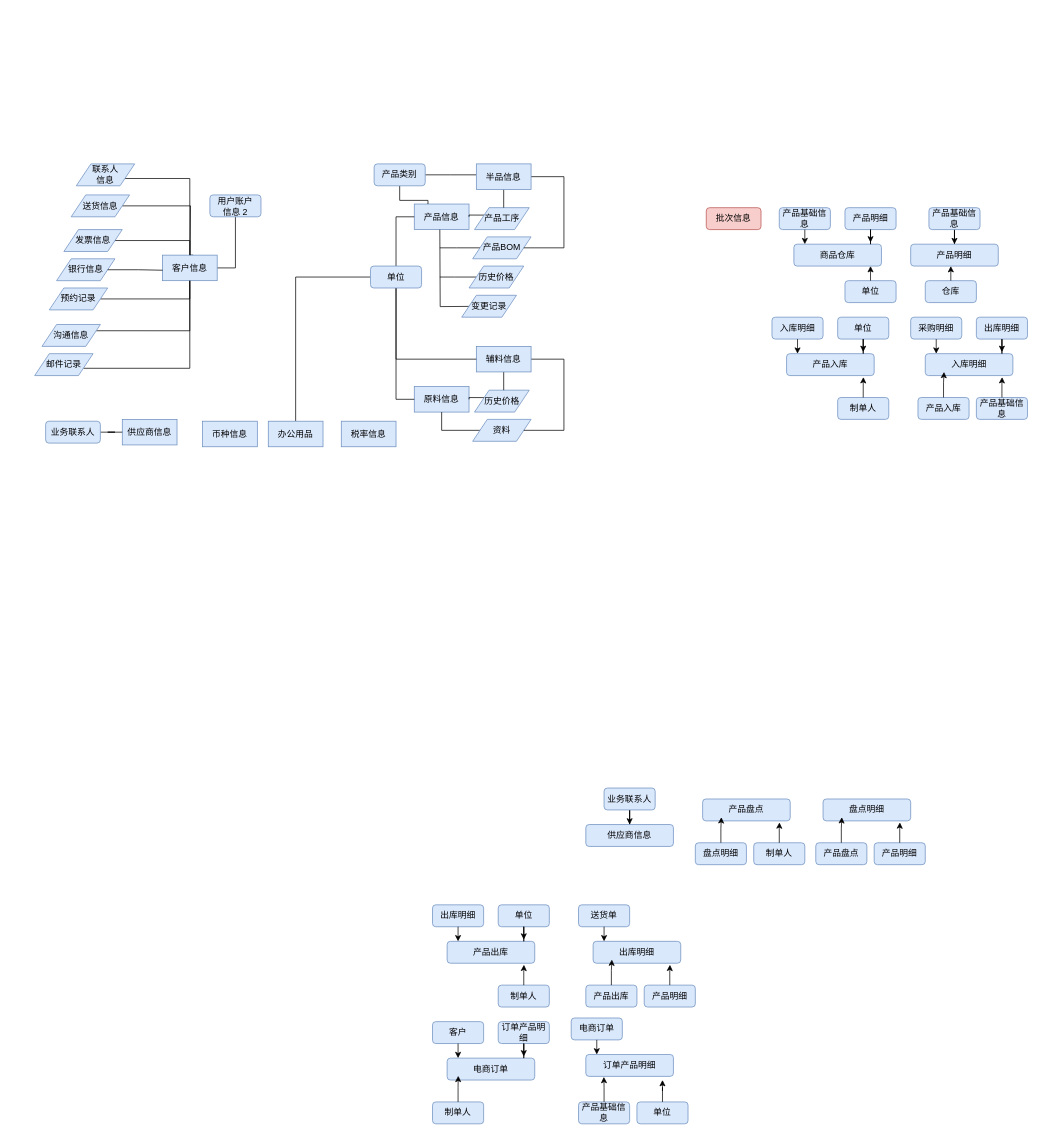
This is ERDiagram.drawio from sbosleo/sbosmobile, a draw.io file, before an edit. Source tidied: cells renumbered, new cells numbered last; positions are measured from the earlier drawing's top-left corner, leaving out a move shared by most shapes. Both pictures are drawn from the tidied source at 73%, with x=0, y=0 at pixel (34, 164).
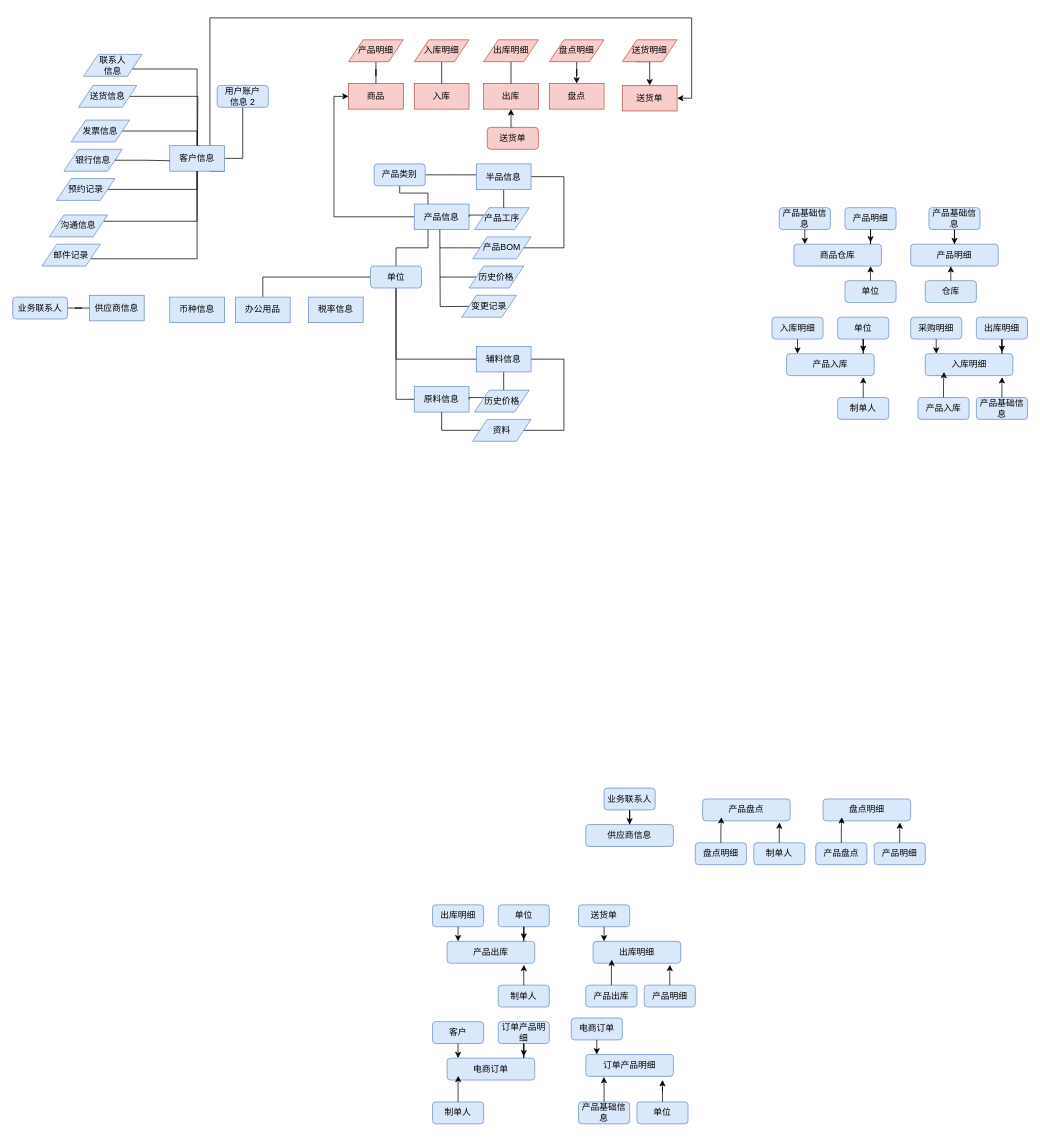
After the change.

Unchanged cells that the change refers to:
```xml
<mxCell id="72" value="产品信息" style="rounded=0;whiteSpace=wrap;html=1;fillColor=#dae8fc;strokeColor=#6c8ebf;" parent="1" vertex="1">
  <mxGeometry x="520" y="55" width="75" height="35" as="geometry" />
</mxCell>
<mxCell id="75" value="产品类别" style="rounded=1;whiteSpace=wrap;html=1;fillColor=#dae8fc;strokeColor=#6c8ebf;" parent="1" vertex="1">
  <mxGeometry x="465" width="70" height="30" as="geometry" />
</mxCell>
<mxCell id="99" value="单位" style="rounded=1;whiteSpace=wrap;html=1;fillColor=#dae8fc;strokeColor=#6c8ebf;" parent="1" vertex="1">
  <mxGeometry x="460" y="140" width="70" height="30" as="geometry" />
</mxCell>
```

The edit, as a diff of the source:
```diff
@@
-    <mxCell id="71" value="批次信息" style="rounded=1;whiteSpace=wrap;html=1;fillColor=#f8cecc;strokeColor=#b85450;" parent="1" vertex="1">
-      <mxGeometry x="920" y="60" width="75" height="30" as="geometry" />
-    </mxCell>
+    <mxCell id="124" style="edgeStyle=orthogonalEdgeStyle;rounded=0;jettySize=auto;html=1;entryX=0;entryY=0.5;entryDx=0;entryDy=0;" parent="1" edge="1" source="72" target="126">
+      <mxGeometry relative="1" as="geometry" />
+    </mxCell>
@@
     <mxCell id="74" style="edgeStyle=orthogonalEdgeStyle;rounded=0;jettySize=auto;html=1;entryX=0.25;entryY=0;entryDx=0;entryDy=0;endArrow=none;endFill=0;" parent="1" edge="1" source="75" target="72">
-      <mxGeometry relative="1" as="geometry" />
+      <mxGeometry relative="1" as="geometry">
+        <Array as="points">
+          <mxPoint x="500" y="40" />
+          <mxPoint x="539" y="40" />
+        </Array>
+      </mxGeometry>
     </mxCell>
@@
-    <mxCell id="96" style="edgeStyle=orthogonalEdgeStyle;rounded=0;jettySize=auto;html=1;entryX=0;entryY=0.5;entryDx=0;entryDy=0;endArrow=none;endFill=0;" parent="1" edge="1" source="99" target="72">
-      <mxGeometry relative="1" as="geometry" />
-    </mxCell>
@@
+    <mxCell id="96" style="edgeStyle=orthogonalEdgeStyle;rounded=0;jettySize=auto;html=1;exitX=0.5;exitY=0;exitDx=0;exitDy=0;entryX=0.25;entryY=1;entryDx=0;entryDy=0;endArrow=none;endFill=0;" parent="1" edge="1" source="99" target="72">
+      <mxGeometry relative="1" as="geometry" />
+    </mxCell>
@@
     <mxCell id="101" value="用户账户&lt;div&gt;信息 2&lt;/div&gt;" style="rounded=1;whiteSpace=wrap;html=1;fillColor=#dae8fc;strokeColor=#6c8ebf;" parent="1" vertex="1">
-      <mxGeometry x="240" y="42.5" width="70" height="30" as="geometry" />
+      <mxGeometry x="250" y="-107.5" width="70" height="30" as="geometry" />
     </mxCell>
     <mxCell id="102" style="edgeStyle=orthogonalEdgeStyle;rounded=0;jettySize=auto;html=1;entryX=0.5;entryY=1;entryDx=0;entryDy=0;exitX=0.5;exitY=0;exitDx=0;exitDy=0;" parent="1" edge="1" source="107">
       <mxGeometry relative="1" as="geometry">
-        <mxPoint x="217" y="135" as="targetPoint" />
+        <mxPoint x="227" y="-15" as="targetPoint" />
       </mxGeometry>
     </mxCell>
@@
     <mxCell id="104" value="联系人&lt;div&gt;信息&lt;/div&gt;" style="shape=parallelogram;perimeter=parallelogramPerimeter;whiteSpace=wrap;html=1;fixedSize=1;fillColor=#dae8fc;strokeColor=#6c8ebf;" parent="1" vertex="1">
-      <mxGeometry x="57" width="80" height="30" as="geometry" />
+      <mxGeometry x="67" y="-150" width="80" height="30" as="geometry" />
     </mxCell>
@@
     <mxCell id="106" value="邮件记录" style="shape=parallelogram;perimeter=parallelogramPerimeter;whiteSpace=wrap;html=1;fixedSize=1;fillColor=#dae8fc;strokeColor=#6c8ebf;" parent="1" vertex="1">
-      <mxGeometry y="260" width="80" height="30" as="geometry" />
+      <mxGeometry x="10" y="110" width="80" height="30" as="geometry" />
     </mxCell>
+    <mxCell id="125" style="edgeStyle=orthogonalEdgeStyle;rounded=0;jettySize=auto;html=1;exitX=1;exitY=1;exitDx=0;exitDy=0;entryX=1;entryY=0.5;entryDx=0;entryDy=0;" parent="1" edge="1" source="107" target="140">
+      <mxGeometry relative="1" as="geometry">
+        <Array as="points">
+          <mxPoint x="240" y="10" />
+          <mxPoint x="240" y="-200" />
+          <mxPoint x="900" y="-200" />
+          <mxPoint x="900" y="-90" />
+        </Array>
+      </mxGeometry>
+    </mxCell>
     <mxCell id="107" value="客户信息" style="rounded=0;whiteSpace=wrap;html=1;fillColor=#dae8fc;strokeColor=#6c8ebf;" parent="1" vertex="1">
-      <mxGeometry x="175" y="125" width="75" height="35" as="geometry" />
+      <mxGeometry x="185" y="-25" width="75" height="35" as="geometry" />
     </mxCell>
@@
     <mxCell id="109" value="发票信息" style="shape=parallelogram;perimeter=parallelogramPerimeter;whiteSpace=wrap;html=1;fixedSize=1;fillColor=#dae8fc;strokeColor=#6c8ebf;" parent="1" vertex="1">
-      <mxGeometry x="40" y="90" width="80" height="30" as="geometry" />
+      <mxGeometry x="50" y="-60" width="80" height="30" as="geometry" />
     </mxCell>
     <mxCell id="110" style="edgeStyle=orthogonalEdgeStyle;rounded=0;jettySize=auto;html=1;exitX=1;exitY=0.5;exitDx=0;exitDy=0;endArrow=none;endFill=0;" parent="1" edge="1" source="111">
       <mxGeometry relative="1" as="geometry">
-        <mxPoint x="213" y="125" as="targetPoint" />
+        <mxPoint x="223" y="-25" as="targetPoint" />
       </mxGeometry>
     </mxCell>
     <mxCell id="111" value="送货信息" style="shape=parallelogram;perimeter=parallelogramPerimeter;whiteSpace=wrap;html=1;fixedSize=1;fillColor=#dae8fc;strokeColor=#6c8ebf;" parent="1" vertex="1">
-      <mxGeometry x="50" y="42.5" width="80" height="30" as="geometry" />
+      <mxGeometry x="60" y="-107.5" width="80" height="30" as="geometry" />
     </mxCell>
     <mxCell id="112" value="银行信息" style="shape=parallelogram;perimeter=parallelogramPerimeter;whiteSpace=wrap;html=1;fixedSize=1;fillColor=#dae8fc;strokeColor=#6c8ebf;" parent="1" vertex="1">
-      <mxGeometry x="30" y="130" width="80" height="30" as="geometry" />
+      <mxGeometry x="40" y="-20" width="80" height="30" as="geometry" />
     </mxCell>
@@
     <mxCell id="114" value="沟通信息" style="shape=parallelogram;perimeter=parallelogramPerimeter;whiteSpace=wrap;html=1;fixedSize=1;fillColor=#dae8fc;strokeColor=#6c8ebf;" parent="1" vertex="1">
-      <mxGeometry x="10" y="220" width="80" height="30" as="geometry" />
+      <mxGeometry x="20" y="70" width="80" height="30" as="geometry" />
     </mxCell>
@@
     <mxCell id="116" value="预约记录" style="shape=parallelogram;perimeter=parallelogramPerimeter;whiteSpace=wrap;html=1;fixedSize=1;fillColor=#dae8fc;strokeColor=#6c8ebf;" parent="1" vertex="1">
-      <mxGeometry x="20" y="170" width="80" height="30" as="geometry" />
+      <mxGeometry x="30" y="20" width="80" height="30" as="geometry" />
     </mxCell>
@@
     <mxCell id="118" value="供应商信息" style="rounded=0;whiteSpace=wrap;html=1;fillColor=#dae8fc;strokeColor=#6c8ebf;" parent="1" vertex="1">
-      <mxGeometry x="120" y="350" width="75" height="35" as="geometry" />
+      <mxGeometry x="75" y="180" width="75" height="35" as="geometry" />
     </mxCell>
@@
     <mxCell id="120" value="业务联系人" style="rounded=1;whiteSpace=wrap;html=1;fillColor=#dae8fc;strokeColor=#6c8ebf;" parent="1" vertex="1">
-      <mxGeometry x="15" y="352.5" width="75" height="30" as="geometry" />
+      <mxGeometry x="-30" y="182.5" width="75" height="30" as="geometry" />
     </mxCell>
     <mxCell id="121" value="办公用品" style="rounded=0;whiteSpace=wrap;html=1;fillColor=#dae8fc;strokeColor=#6c8ebf;" parent="1" vertex="1">
-      <mxGeometry x="320" y="352.5" width="75" height="35" as="geometry" />
+      <mxGeometry x="275" y="182.5" width="75" height="35" as="geometry" />
     </mxCell>
     <mxCell id="122" value="税率信息" style="rounded=0;whiteSpace=wrap;html=1;fillColor=#dae8fc;strokeColor=#6c8ebf;" parent="1" vertex="1">
-      <mxGeometry x="420" y="352.5" width="75" height="35" as="geometry" />
+      <mxGeometry x="375" y="182.5" width="75" height="35" as="geometry" />
     </mxCell>
     <mxCell id="123" value="币种信息" style="rounded=0;whiteSpace=wrap;html=1;fillColor=#dae8fc;strokeColor=#6c8ebf;" parent="1" vertex="1">
-      <mxGeometry x="230" y="352.5" width="75" height="35" as="geometry" />
+      <mxGeometry x="185" y="182.5" width="75" height="35" as="geometry" />
     </mxCell>
+    <mxCell id="126" value="商品" style="rounded=0;whiteSpace=wrap;html=1;fillColor=#f8cecc;strokeColor=#b85450;" parent="1" vertex="1">
+      <mxGeometry x="430" y="-110" width="75" height="35" as="geometry" />
+    </mxCell>
+    <mxCell id="127" style="edgeStyle=orthogonalEdgeStyle;rounded=0;jettySize=auto;html=1;exitX=0.5;exitY=1;exitDx=0;exitDy=0;endArrow=none;endFill=0;fillColor=#f8cecc;strokeColor=#000000;" parent="1" edge="1" source="128" target="126">
+      <mxGeometry relative="1" as="geometry" />
+    </mxCell>
+    <mxCell id="128" value="产品明细" style="shape=parallelogram;perimeter=parallelogramPerimeter;whiteSpace=wrap;html=1;fixedSize=1;fillColor=#f8cecc;strokeColor=#b85450;" parent="1" vertex="1">
+      <mxGeometry x="430" y="-170" width="75" height="30" as="geometry" />
+    </mxCell>
+    <mxCell id="129" value="入库" style="rounded=0;whiteSpace=wrap;html=1;fillColor=#f8cecc;strokeColor=#b85450;" parent="1" vertex="1">
+      <mxGeometry x="520" y="-110" width="75" height="35" as="geometry" />
+    </mxCell>
+    <mxCell id="130" style="edgeStyle=orthogonalEdgeStyle;rounded=0;jettySize=auto;html=1;exitX=0.5;exitY=1;exitDx=0;exitDy=0;entryX=0.5;entryY=0;entryDx=0;entryDy=0;endArrow=none;endFill=0;fillColor=#f8cecc;strokeColor=#000000;" parent="1" edge="1" source="131" target="129">
+      <mxGeometry relative="1" as="geometry" />
+    </mxCell>
+    <mxCell id="131" value="入库明细" style="shape=parallelogram;perimeter=parallelogramPerimeter;whiteSpace=wrap;html=1;fixedSize=1;fillColor=#f8cecc;strokeColor=#b85450;" parent="1" vertex="1">
+      <mxGeometry x="520" y="-170" width="75" height="30" as="geometry" />
+    </mxCell>
+    <mxCell id="132" value="出库" style="rounded=0;whiteSpace=wrap;html=1;fillColor=#f8cecc;strokeColor=#b85450;" parent="1" vertex="1">
+      <mxGeometry x="615" y="-110" width="75" height="35" as="geometry" />
+    </mxCell>
+    <mxCell id="133" style="edgeStyle=orthogonalEdgeStyle;rounded=0;jettySize=auto;html=1;exitX=0.5;exitY=1;exitDx=0;exitDy=0;entryX=0.5;entryY=0;entryDx=0;entryDy=0;endArrow=none;endFill=0;fillColor=#f8cecc;strokeColor=#000000;" parent="1" edge="1" source="134" target="132">
+      <mxGeometry relative="1" as="geometry" />
+    </mxCell>
+    <mxCell id="134" value="出库明细" style="shape=parallelogram;perimeter=parallelogramPerimeter;whiteSpace=wrap;html=1;fixedSize=1;fillColor=#f8cecc;strokeColor=#b85450;" parent="1" vertex="1">
+      <mxGeometry x="615" y="-170" width="75" height="30" as="geometry" />
+    </mxCell>
+    <mxCell id="135" style="edgeStyle=orthogonalEdgeStyle;rounded=0;jettySize=auto;html=1;exitX=0.5;exitY=0;exitDx=0;exitDy=0;entryX=0.5;entryY=1;entryDx=0;entryDy=0;" parent="1" edge="1" source="136" target="132">
+      <mxGeometry relative="1" as="geometry" />
+    </mxCell>
+    <mxCell id="136" value="送货单" style="rounded=1;whiteSpace=wrap;html=1;fillColor=#f8cecc;strokeColor=#b85450;" parent="1" vertex="1">
+      <mxGeometry x="620" y="-50" width="70" height="30" as="geometry" />
+    </mxCell>
+    <mxCell id="137" value="盘点" style="rounded=0;whiteSpace=wrap;html=1;fillColor=#f8cecc;strokeColor=#b85450;" parent="1" vertex="1">
+      <mxGeometry x="705" y="-110" width="75" height="35" as="geometry" />
+    </mxCell>
+    <mxCell id="138" style="edgeStyle=orthogonalEdgeStyle;rounded=0;jettySize=auto;html=1;exitX=0.5;exitY=1;exitDx=0;exitDy=0;" parent="1" edge="1" source="139" target="137">
+      <mxGeometry relative="1" as="geometry" />
+    </mxCell>
+    <mxCell id="139" value="盘点明细" style="shape=parallelogram;perimeter=parallelogramPerimeter;whiteSpace=wrap;html=1;fixedSize=1;fillColor=#f8cecc;strokeColor=#b85450;" parent="1" vertex="1">
+      <mxGeometry x="705" y="-170" width="75" height="30" as="geometry" />
+    </mxCell>
+    <mxCell id="140" value="送货单" style="rounded=0;whiteSpace=wrap;html=1;fillColor=#f8cecc;strokeColor=#b85450;" parent="1" vertex="1">
+      <mxGeometry x="805" y="-107.5" width="75" height="35" as="geometry" />
+    </mxCell>
+    <mxCell id="141" style="edgeStyle=orthogonalEdgeStyle;rounded=0;jettySize=auto;html=1;exitX=0.25;exitY=1;exitDx=0;exitDy=0;entryX=0.5;entryY=0;entryDx=0;entryDy=0;" parent="1" edge="1" source="142" target="140">
+      <mxGeometry relative="1" as="geometry" />
+    </mxCell>
+    <mxCell id="142" value="送货明细" style="shape=parallelogram;perimeter=parallelogramPerimeter;whiteSpace=wrap;html=1;fixedSize=1;fillColor=#f8cecc;strokeColor=#b85450;" parent="1" vertex="1">
+      <mxGeometry x="805" y="-170" width="75" height="30" as="geometry" />
+    </mxCell>
```
